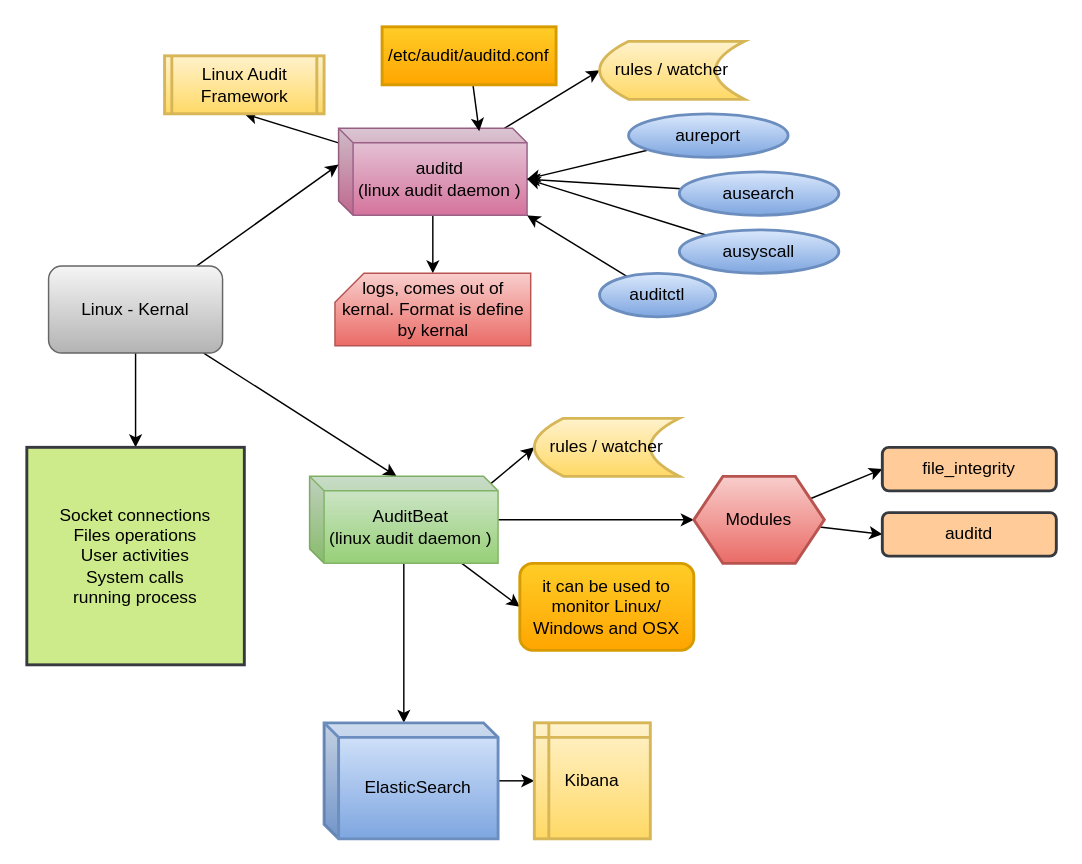
This is page "General" (1 of 5) of My Articles/elastic stack/Audit Beat Understanding.drawio from paramothers/books, a draw.io file, before an edit. Source tidied: cells renumbered, new cells numbered last; positions are measured from the earlier drawing's top-left corner, leaving out a move shared by most shapes. Both pictures are drawn from the tidied source at 145%, with x=0, y=0 at pixel (26, 26).
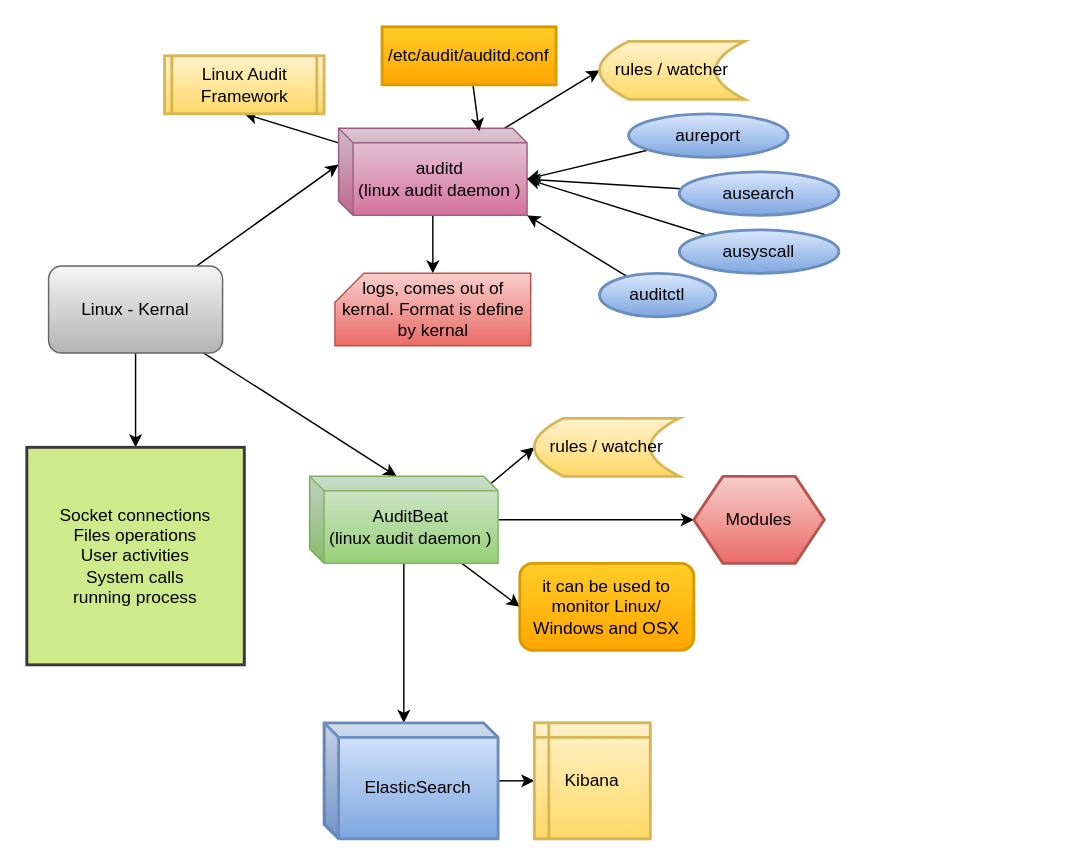
The same page after the edit.

Unchanged cells that the change refers to:
```xml
<mxCell id="36" value="Modules" style="shape=hexagon;perimeter=hexagonPerimeter2;whiteSpace=wrap;html=1;fixedSize=1;strokeColor=#b85450;strokeWidth=2;gradientColor=#ea6b66;fillColor=#f8cecc;" parent="1" vertex="1">
  <mxGeometry x="460" y="310" width="90" height="60" as="geometry" />
</mxCell>
```

Change to the diagram source:
```diff
@@
-    <mxCell id="34" style="edgeStyle=none;rounded=0;jettySize=auto;html=1;entryX=0;entryY=0.5;entryDx=0;entryDy=0;" parent="1" edge="1" source="36" target="37">
-      <mxGeometry relative="1" as="geometry" />
-    </mxCell>
-    <mxCell id="35" style="edgeStyle=none;rounded=0;jettySize=auto;html=1;entryX=0;entryY=0.5;entryDx=0;entryDy=0;" parent="1" edge="1" source="36" target="38">
-      <mxGeometry relative="1" as="geometry" />
-    </mxCell>
@@
-    <mxCell id="37" value="file_integrity" style="rounded=1;whiteSpace=wrap;html=1;strokeColor=#36393d;strokeWidth=2;fillColor=#ffcc99;" parent="1" vertex="1">
-      <mxGeometry x="590" y="290" width="120" height="30" as="geometry" />
-    </mxCell>
-    <mxCell id="38" value="auditd" style="rounded=1;whiteSpace=wrap;html=1;strokeColor=#36393d;strokeWidth=2;fillColor=#ffcc99;" parent="1" vertex="1">
-      <mxGeometry x="590" y="335" width="120" height="30" as="geometry" />
-    </mxCell>
```
